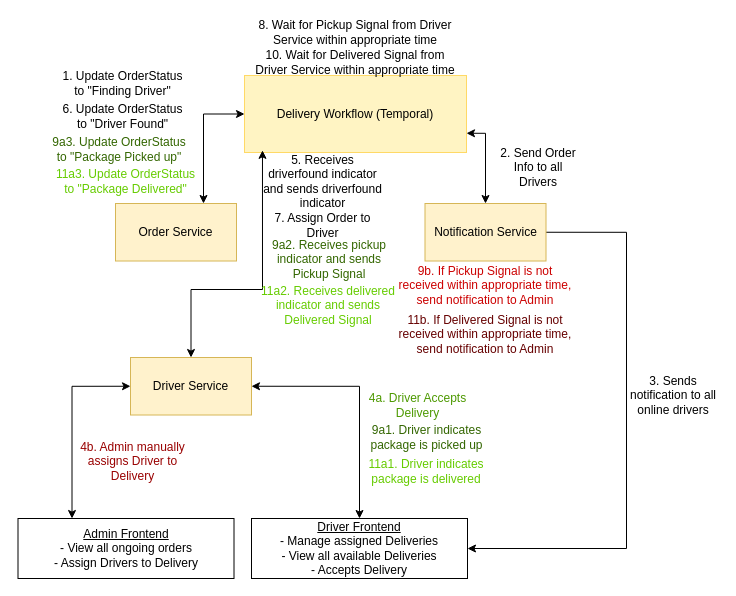
The draw.io diagram diagrams/ProcessDelivery.drawio in darkliyznyanlin910/esd-2425T2, before the edit. Source tidied: cells renumbered, new cells numbered last; positions are measured from the earlier drawing's top-left corner, leaving out a move shared by most shapes. Both pictures are drawn from the tidied source at 100%, with x=0, y=0 at pixel (18, 17).
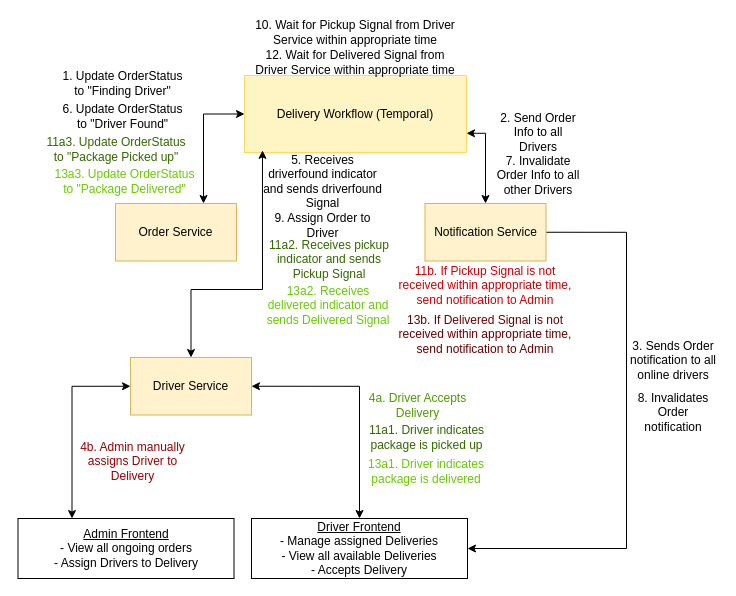
After the change.

Commit message:
Updated Process Delivery

What changed in the source:
```diff
@@
     <mxCell id="11" value="2. Send Order Info to all Drivers" style="text;html=1;align=center;verticalAlign=middle;whiteSpace=wrap;rounded=0;" parent="1" vertex="1">
-      <mxGeometry x="474" y="135" width="92" height="30" as="geometry" />
+      <mxGeometry x="474" y="100" width="92" height="30" as="geometry" />
     </mxCell>
@@
-    <mxCell id="19" value="7. Assign Order to Driver" style="text;html=1;align=center;verticalAlign=middle;whiteSpace=wrap;rounded=0;" parent="1" vertex="1">
+    <mxCell id="19" value="9. Assign Order to Driver" style="text;html=1;align=center;verticalAlign=middle;whiteSpace=wrap;rounded=0;" parent="1" vertex="1">
       <mxGeometry x="242" y="193" width="125" height="30" as="geometry" />
     </mxCell>
-    <mxCell id="20" value="8. Wait for Pickup Signal from Driver Service within appropriate time" style="text;html=1;align=center;verticalAlign=middle;whiteSpace=wrap;rounded=0;" parent="1" vertex="1">
+    <mxCell id="20" value="10. Wait for Pickup Signal from Driver Service within appropriate time" style="text;html=1;align=center;verticalAlign=middle;whiteSpace=wrap;rounded=0;" parent="1" vertex="1">
       <mxGeometry x="233" width="208" height="30" as="geometry" />
     </mxCell>
-    <mxCell id="21" value="&lt;font style=&quot;&quot;&gt;9b. If Pickup Signal is not received within appropriate time, send notification to Admin&lt;/font&gt;" style="text;html=1;align=center;verticalAlign=middle;whiteSpace=wrap;rounded=0;fontColor=#CC0000;" parent="1" vertex="1">
+    <mxCell id="21" value="&lt;font style=&quot;&quot;&gt;11b. If Pickup Signal is not received within appropriate time, send notification to Admin&lt;/font&gt;" style="text;html=1;align=center;verticalAlign=middle;whiteSpace=wrap;rounded=0;fontColor=#CC0000;" parent="1" vertex="1">
       <mxGeometry x="379" y="248" width="176" height="40" as="geometry" />
     </mxCell>
-    <mxCell id="22" value="&lt;font style=&quot;&quot;&gt;9a3. Update OrderStatus to &quot;Package Picked up&quot;&lt;/font&gt;" style="text;html=1;align=center;verticalAlign=middle;whiteSpace=wrap;rounded=0;fontColor=#336600;" parent="1" vertex="1">
-      <mxGeometry x="33" y="117" width="136" height="30" as="geometry" />
+    <mxCell id="22" value="&lt;font style=&quot;&quot;&gt;11a3. Update OrderStatus to &quot;Package Picked up&quot;&lt;/font&gt;" style="text;html=1;align=center;verticalAlign=middle;whiteSpace=wrap;rounded=0;fontColor=#336600;" parent="1" vertex="1">
+      <mxGeometry x="27" y="117" width="142" height="30" as="geometry" />
     </mxCell>
-    <mxCell id="23" value="10. Wait for Delivered Signal from Driver Service within appropriate time" style="text;html=1;align=center;verticalAlign=middle;whiteSpace=wrap;rounded=0;" parent="1" vertex="1">
+    <mxCell id="23" value="12. Wait for Delivered Signal from Driver Service within appropriate time" style="text;html=1;align=center;verticalAlign=middle;whiteSpace=wrap;rounded=0;" parent="1" vertex="1">
       <mxGeometry x="233" y="30" width="208" height="30" as="geometry" />
     </mxCell>
-    <mxCell id="24" value="&lt;font style=&quot;&quot;&gt;9a1. Driver indicates package is picked up&lt;/font&gt;" style="text;html=1;align=center;verticalAlign=middle;whiteSpace=wrap;rounded=0;fontColor=#336600;" parent="1" vertex="1">
+    <mxCell id="24" value="&lt;font style=&quot;&quot;&gt;11a1. Driver indicates package is picked up&lt;/font&gt;" style="text;html=1;align=center;verticalAlign=middle;whiteSpace=wrap;rounded=0;fontColor=#336600;" parent="1" vertex="1">
       <mxGeometry x="347" y="403" width="123" height="34" as="geometry" />
     </mxCell>
-    <mxCell id="25" value="&lt;font style=&quot;&quot;&gt;9a2. Receives pickup indicator and sends Pickup Signal&lt;/font&gt;" style="text;html=1;align=center;verticalAlign=middle;whiteSpace=wrap;rounded=0;fontColor=#336600;" parent="1" vertex="1">
+    <mxCell id="25" value="&lt;font style=&quot;&quot;&gt;11a2. Receives pickup indicator and sends Pickup Signal&lt;/font&gt;" style="text;html=1;align=center;verticalAlign=middle;whiteSpace=wrap;rounded=0;fontColor=#336600;" parent="1" vertex="1">
       <mxGeometry x="242" y="225" width="138" height="34" as="geometry" />
     </mxCell>
-    <mxCell id="26" value="&lt;font style=&quot;&quot;&gt;11a1. Driver indicates package is delivered&lt;/font&gt;" style="text;html=1;align=center;verticalAlign=middle;whiteSpace=wrap;rounded=0;fontColor=#66CC00;" parent="1" vertex="1">
+    <mxCell id="26" value="&lt;font style=&quot;&quot;&gt;13a1. Driver indicates package is delivered&lt;/font&gt;" style="text;html=1;align=center;verticalAlign=middle;whiteSpace=wrap;rounded=0;fontColor=#66CC00;" parent="1" vertex="1">
       <mxGeometry x="347" y="437" width="121.5" height="34" as="geometry" />
     </mxCell>
-    <mxCell id="27" value="&lt;font style=&quot;&quot;&gt;11a2. Receives delivered indicator and sends Delivered Signal&lt;/font&gt;" style="text;html=1;align=center;verticalAlign=middle;whiteSpace=wrap;rounded=0;fontColor=#66CC00;" parent="1" vertex="1">
+    <mxCell id="27" value="&lt;font style=&quot;&quot;&gt;13a2. Receives delivered indicator and sends Delivered Signal&lt;/font&gt;" style="text;html=1;align=center;verticalAlign=middle;whiteSpace=wrap;rounded=0;fontColor=#66CC00;" parent="1" vertex="1">
       <mxGeometry x="242" y="269" width="136" height="37" as="geometry" />
     </mxCell>
-    <mxCell id="28" value="&lt;font style=&quot;&quot;&gt;11a3. Update OrderStatus to &quot;Package Delivered&quot;&lt;/font&gt;" style="text;html=1;align=center;verticalAlign=middle;whiteSpace=wrap;rounded=0;fontColor=#66CC00;" parent="1" vertex="1">
-      <mxGeometry x="36" y="149" width="143" height="30" as="geometry" />
+    <mxCell id="28" value="&lt;font style=&quot;&quot;&gt;13a3. Update OrderStatus to &quot;Package Delivered&quot;&lt;/font&gt;" style="text;html=1;align=center;verticalAlign=middle;whiteSpace=wrap;rounded=0;fontColor=#66CC00;" parent="1" vertex="1">
+      <mxGeometry x="34" y="149" width="145" height="30" as="geometry" />
     </mxCell>
-    <mxCell id="29" value="&lt;font style=&quot;&quot;&gt;11b. If Delivered Signal is not received within appropriate time, send notification to Admin&lt;/font&gt;" style="text;html=1;align=center;verticalAlign=middle;whiteSpace=wrap;rounded=0;fontColor=#660000;" parent="1" vertex="1">
+    <mxCell id="29" value="&lt;font style=&quot;&quot;&gt;13b. If Delivered Signal is not received within appropriate time, send notification to Admin&lt;/font&gt;" style="text;html=1;align=center;verticalAlign=middle;whiteSpace=wrap;rounded=0;fontColor=#660000;" parent="1" vertex="1">
       <mxGeometry x="379" y="297" width="176" height="40" as="geometry" />
     </mxCell>
-    <mxCell id="30" value="3. Sends notification to all online drivers" style="text;html=1;align=center;verticalAlign=middle;whiteSpace=wrap;rounded=0;" parent="1" vertex="1">
-      <mxGeometry x="609" y="363" width="92" height="30" as="geometry" />
+    <mxCell id="30" value="3. Sends Order notification to all online drivers" style="text;html=1;align=center;verticalAlign=middle;whiteSpace=wrap;rounded=0;" parent="1" vertex="1">
+      <mxGeometry x="609" y="328" width="92" height="30" as="geometry" />
     </mxCell>
-    <mxCell id="31" value="5. Receives driverfound indicator and sends driverfound indicator" style="text;html=1;align=center;verticalAlign=middle;whiteSpace=wrap;rounded=0;" parent="1" vertex="1">
+    <mxCell id="31" value="5. Receives driverfound indicator and sends driverfound Signal" style="text;html=1;align=center;verticalAlign=middle;whiteSpace=wrap;rounded=0;" parent="1" vertex="1">
       <mxGeometry x="242" y="149" width="125" height="30" as="geometry" />
     </mxCell>
+    <mxCell id="32" value="7. Invalidate Order Info to all other Drivers" style="text;html=1;align=center;verticalAlign=middle;whiteSpace=wrap;rounded=0;" parent="1" vertex="1">
+      <mxGeometry x="474" y="143" width="92" height="30" as="geometry" />
+    </mxCell>
+    <mxCell id="33" value="8. Invalidates Order notification" style="text;html=1;align=center;verticalAlign=middle;whiteSpace=wrap;rounded=0;" parent="1" vertex="1">
+      <mxGeometry x="609" y="380" width="92" height="30" as="geometry" />
+    </mxCell>
```
